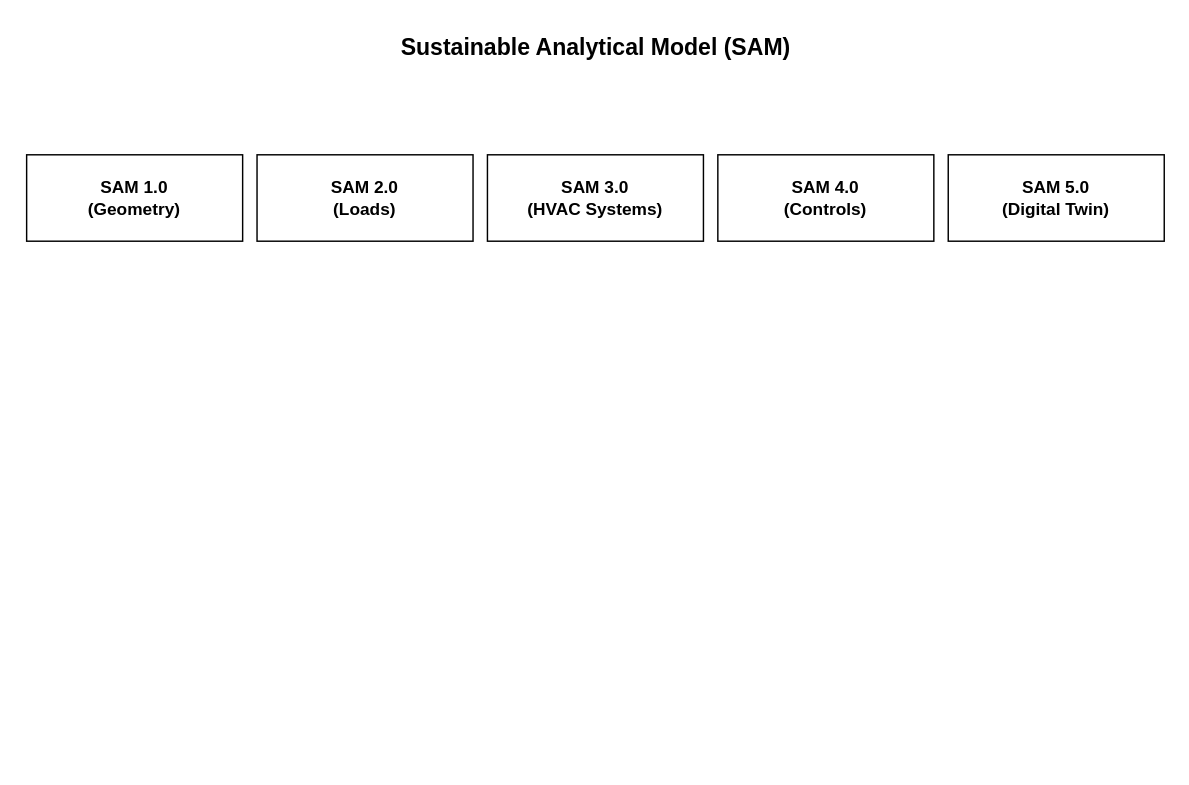
The draw.io diagram documentation/Untitled Diagram.drawio in HoareLea/SAM, before the edit. Source tidied: cells renumbered, new cells numbered last; positions are measured from the earlier drawing's top-left corner, leaving out a move shared by most shapes. Both pictures are drawn from the tidied source at 144%, with x=0, y=0 at pixel (26, 24).
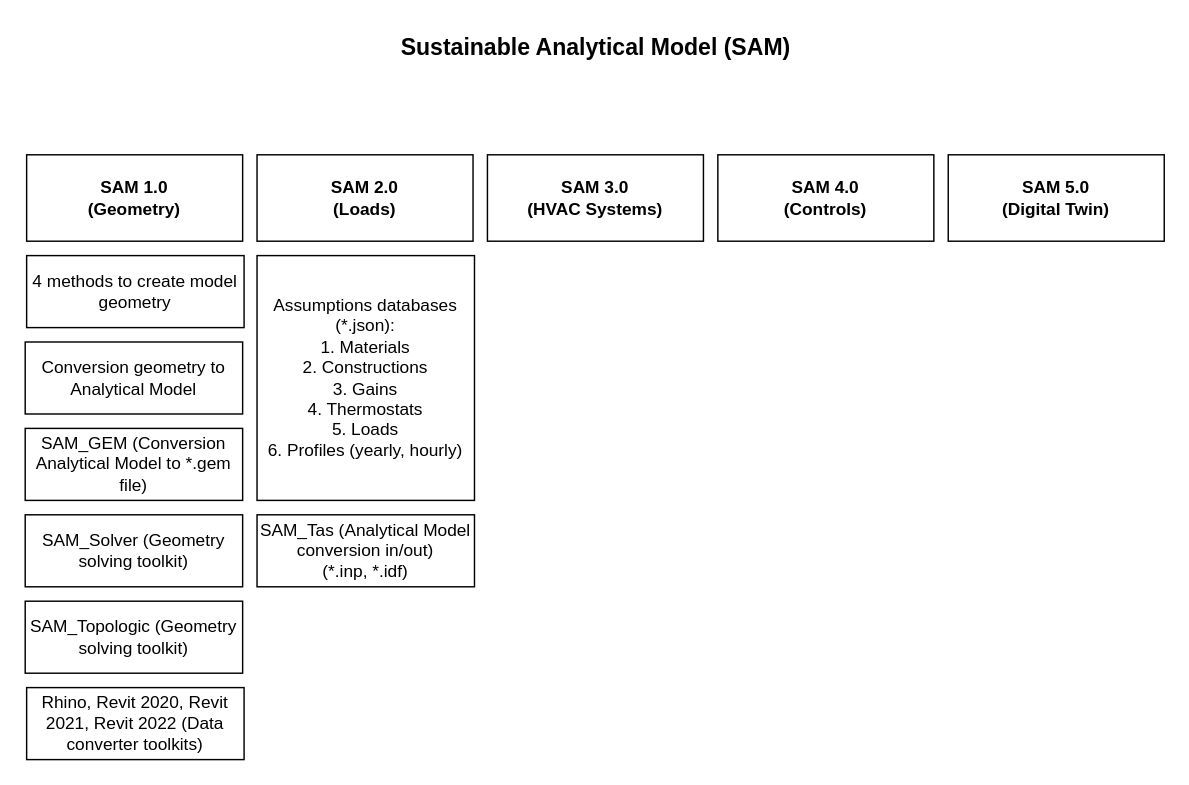
The same page after the edit.

The edit, as a diff of the source:
```diff
@@
 <mxGraphModel>
   <root>
     <mxCell id="0" />
     <mxCell id="1" parent="0" />
     <mxCell id="2" value="SAM 1.0&lt;br&gt;(Geometry)" style="rounded=0;whiteSpace=wrap;html=1;fontStyle=1;" parent="1" vertex="1">
       <mxGeometry y="90" width="150" height="60" as="geometry" />
     </mxCell>
     <mxCell id="3" value="Sustainable Analytical Model (SAM)" style="text;html=1;align=center;verticalAlign=middle;strokeColor=none;fillColor=none;fontSize=16;fontStyle=1;" parent="1" vertex="1">
       <mxGeometry x="250" width="290" height="30" as="geometry" />
     </mxCell>
     <mxCell id="4" value="SAM 2.0&lt;br&gt;(Loads)" style="rounded=0;whiteSpace=wrap;html=1;fontStyle=1;" parent="1" vertex="1">
       <mxGeometry x="160" y="90" width="150" height="60" as="geometry" />
     </mxCell>
     <mxCell id="5" value="SAM 3.0&lt;br&gt;(HVAC Systems)" style="rounded=0;whiteSpace=wrap;html=1;fontStyle=1;" parent="1" vertex="1">
       <mxGeometry x="320" y="90" width="150" height="60" as="geometry" />
     </mxCell>
     <mxCell id="6" value="SAM 4.0&lt;br&gt;(Controls)" style="rounded=0;whiteSpace=wrap;html=1;fontStyle=1;" parent="1" vertex="1">
       <mxGeometry x="480" y="90" width="150" height="60" as="geometry" />
     </mxCell>
     <mxCell id="7" value="SAM 5.0&lt;br&gt;(Digital Twin)" style="rounded=0;whiteSpace=wrap;html=1;fontStyle=1;" parent="1" vertex="1">
       <mxGeometry x="640" y="90" width="150" height="60" as="geometry" />
     </mxCell>
+    <mxCell id="8" value="4 methods to create model geometry" style="rounded=0;whiteSpace=wrap;html=1;" parent="1" vertex="1">
+      <mxGeometry y="160" width="151" height="50" as="geometry" />
+    </mxCell>
+    <mxCell id="9" value="Conversion geometry to Analytical Model" style="rounded=0;whiteSpace=wrap;html=1;" parent="1" vertex="1">
+      <mxGeometry x="-1" y="220" width="151" height="50" as="geometry" />
+    </mxCell>
+    <mxCell id="10" value="SAM_GEM (Conversion Analytical Model to *.gem file)" style="rounded=0;whiteSpace=wrap;html=1;" parent="1" vertex="1">
+      <mxGeometry x="-1" y="280" width="151" height="50" as="geometry" />
+    </mxCell>
+    <mxCell id="11" value="SAM_Solver (Geometry solving toolkit)" style="rounded=0;whiteSpace=wrap;html=1;" parent="1" vertex="1">
+      <mxGeometry x="-1" y="340" width="151" height="50" as="geometry" />
+    </mxCell>
+    <mxCell id="12" value="SAM_Topologic (Geometry solving toolkit)" style="rounded=0;whiteSpace=wrap;html=1;" parent="1" vertex="1">
+      <mxGeometry x="-1" y="400" width="151" height="50" as="geometry" />
+    </mxCell>
+    <mxCell id="13" value="Rhino, Revit 2020, Revit 2021, Revit 2022 (Data converter toolkits)" style="rounded=0;whiteSpace=wrap;html=1;" parent="1" vertex="1">
+      <mxGeometry y="460" width="151" height="50" as="geometry" />
+    </mxCell>
+    <mxCell id="14" value="Assumptions databases (*.json):&lt;br&gt;1. Materials&lt;br&gt;2. Constructions&lt;br&gt;3. Gains&lt;br&gt;4. Thermostats&lt;br&gt;5. Loads&lt;br&gt;6. Profiles (yearly, hourly)" style="rounded=0;whiteSpace=wrap;html=1;" parent="1" vertex="1">
+      <mxGeometry x="160" y="160" width="151" height="170" as="geometry" />
+    </mxCell>
+    <mxCell id="15" value="SAM_Tas (Analytical Model conversion in/out)&lt;br&gt;(*.inp, *.idf)" style="rounded=0;whiteSpace=wrap;html=1;" parent="1" vertex="1">
+      <mxGeometry x="160" y="340" width="151" height="50" as="geometry" />
+    </mxCell>
   </root>
 </mxGraphModel>
```
